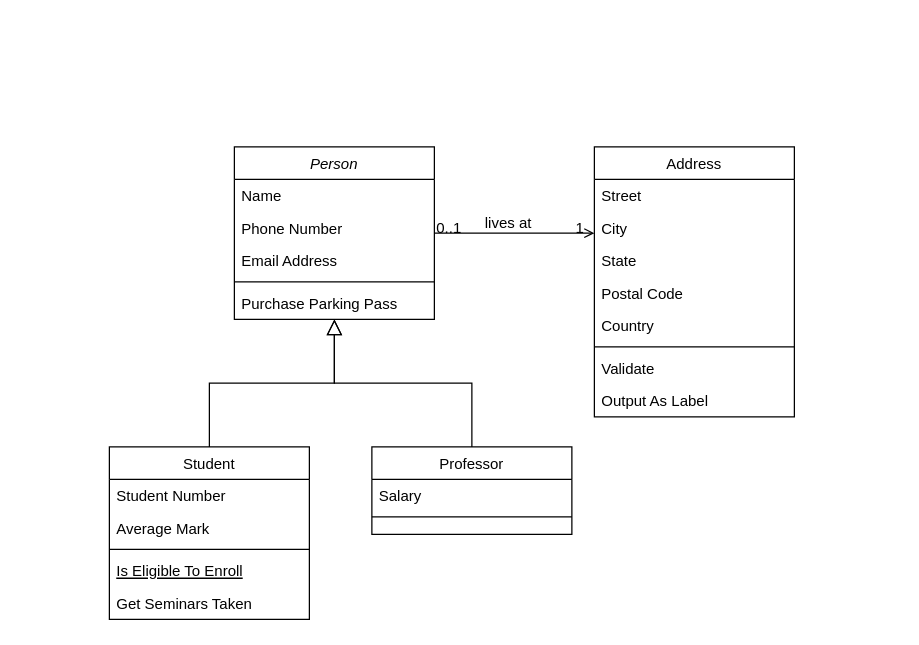
Inzhubest/Inzhu keeps this draw.io diagram as Untitled Diagram.drawio. Above is the earlier version. Source tidied: cells renumbered, new cells numbered last; positions are measured from the earlier drawing's top-left corner, leaving out a move shared by most shapes. Both pictures are drawn from the tidied source at 125%, with x=0, y=0 at pixel (109, 146).
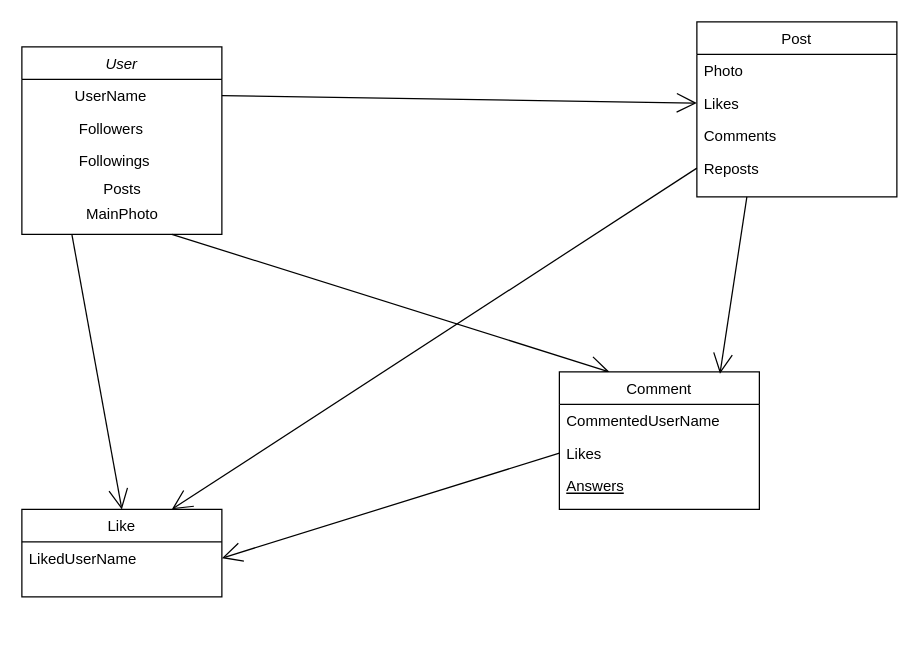
The same diagram, later.

Change to the diagram source:
```diff
@@
+    <mxCell id="32" style="edgeStyle=none;curved=1;rounded=0;jettySize=auto;html=1;exitX=0.75;exitY=1;exitDx=0;exitDy=0;entryX=0.25;entryY=0;entryDx=0;entryDy=0;endArrow=open;startSize=14;endSize=14;sourcePerimeterSpacing=8;targetPerimeterSpacing=8;" parent="1" edge="1" source="2" target="8">
+      <mxGeometry relative="1" as="geometry" />
+    </mxCell>
+    <mxCell id="33" style="edgeStyle=none;curved=1;rounded=0;jettySize=auto;html=1;exitX=0.25;exitY=1;exitDx=0;exitDy=0;entryX=0.5;entryY=0;entryDx=0;entryDy=0;endArrow=open;startSize=14;endSize=14;sourcePerimeterSpacing=8;targetPerimeterSpacing=8;" parent="1" edge="1" source="2" target="15">
+      <mxGeometry relative="1" as="geometry" />
+    </mxCell>
-    <mxCell id="2" value="Person" style="swimlane;fontStyle=2;align=center;verticalAlign=top;horizontal=1;startSize=26;rounded=0;shadow=0;strokeWidth=1;" parent="1" vertex="1">
-      <mxGeometry x="100" width="160" height="138" as="geometry" />
+    <mxCell id="2" value="User" style="swimlane;fontStyle=2;align=center;verticalAlign=top;horizontal=1;startSize=26;rounded=0;shadow=0;strokeWidth=1;" parent="1" vertex="1">
+      <mxGeometry x="-70" y="-80" width="160" height="150" as="geometry" />
     </mxCell>
-    <mxCell id="3" value="Name" style="text;align=left;verticalAlign=top;spacingLeft=4;spacingRight=4;overflow=hidden;points=[[0,0.5],[1,0.5]];portConstraint=eastwest;" parent="2" vertex="1">
+    <mxCell id="3" value="           UserName" style="text;align=left;verticalAlign=top;spacingLeft=4;spacingRight=4;overflow=hidden;points=[[0,0.5],[1,0.5]];portConstraint=eastwest;" parent="2" vertex="1">
       <mxGeometry y="26" width="160" height="26" as="geometry" />
     </mxCell>
-    <mxCell id="4" value="Phone Number" style="text;align=left;verticalAlign=top;spacingLeft=4;spacingRight=4;overflow=hidden;rounded=0;shadow=0;html=0;" parent="2" vertex="1">
+    <mxCell id="4" value="            Followers" style="text;align=left;verticalAlign=top;spacingLeft=4;spacingRight=4;overflow=hidden;rounded=0;shadow=0;html=0;" parent="2" vertex="1">
       <mxGeometry y="52" width="160" height="26" as="geometry" />
     </mxCell>
-    <mxCell id="5" value="Email Address" style="text;align=left;verticalAlign=top;spacingLeft=4;spacingRight=4;overflow=hidden;rounded=0;shadow=0;html=0;" parent="2" vertex="1">
+    <mxCell id="5" value="            Followings" style="text;align=left;verticalAlign=top;spacingLeft=4;spacingRight=4;overflow=hidden;rounded=0;shadow=0;html=0;" parent="2" vertex="1">
       <mxGeometry y="78" width="160" height="26" as="geometry" />
     </mxCell>
-    <mxCell id="6" style="line;html=1;strokeWidth=1;align=left;verticalAlign=middle;spacingTop=-1;spacingLeft=3;spacingRight=3;labelPosition=right;" parent="2" vertex="1">
-      <mxGeometry y="104" width="160" height="8" as="geometry" />
-    </mxCell>
-    <mxCell id="7" value="Purchase Parking Pass" style="text;align=left;verticalAlign=top;spacingLeft=4;spacingRight=4;overflow=hidden;" parent="2" vertex="1">
-      <mxGeometry y="112" width="160" height="26" as="geometry" />
-    </mxCell>
+    <mxCell id="34" value="Posts" style="text;html=1;align=center;verticalAlign=middle;strokeColor=none;fillColor=none;opacity=80;" parent="2" vertex="1">
+      <mxGeometry y="104" width="160" height="20" as="geometry" />
+    </mxCell>
+    <mxCell id="35" value="MainPhoto" style="text;html=1;align=center;verticalAlign=middle;strokeColor=none;fillColor=none;" parent="2" vertex="1">
+      <mxGeometry y="124" width="160" height="20" as="geometry" />
+    </mxCell>
-    <mxCell id="8" value="Student" style="swimlane;fontStyle=0;align=center;verticalAlign=top;horizontal=1;startSize=26;rounded=0;shadow=0;strokeWidth=1;" parent="1" vertex="1">
-      <mxGeometry y="240" width="160" height="138" as="geometry" />
+    <mxCell id="8" value="Comment" style="swimlane;fontStyle=0;align=center;verticalAlign=top;horizontal=1;startSize=26;rounded=0;shadow=0;strokeWidth=1;" parent="1" vertex="1">
+      <mxGeometry x="360" y="180" width="160" height="110" as="geometry" />
     </mxCell>
-    <mxCell id="9" value="Student Number" style="text;align=left;verticalAlign=top;spacingLeft=4;spacingRight=4;overflow=hidden;" parent="8" vertex="1">
+    <mxCell id="9" value="CommentedUserName" style="text;align=left;verticalAlign=top;spacingLeft=4;spacingRight=4;overflow=hidden;" parent="8" vertex="1">
       <mxGeometry y="26" width="160" height="26" as="geometry" />
     </mxCell>
-    <mxCell id="10" value="Average Mark" style="text;align=left;verticalAlign=top;spacingLeft=4;spacingRight=4;overflow=hidden;points=[[0,0.5],[1,0.5]];portConstraint=eastwest;rounded=0;shadow=0;html=0;" parent="8" vertex="1">
+    <mxCell id="10" value="Likes" style="text;align=left;verticalAlign=top;spacingLeft=4;spacingRight=4;overflow=hidden;points=[[0,0.5],[1,0.5]];portConstraint=eastwest;rounded=0;shadow=0;html=0;" parent="8" vertex="1">
       <mxGeometry y="52" width="160" height="26" as="geometry" />
     </mxCell>
-    <mxCell id="11" style="line;html=1;strokeWidth=1;align=left;verticalAlign=middle;spacingTop=-1;spacingLeft=3;spacingRight=3;labelPosition=right;" parent="8" vertex="1">
-      <mxGeometry y="78" width="160" height="8" as="geometry" />
-    </mxCell>
-    <mxCell id="12" value="Is Eligible To Enroll" style="text;align=left;verticalAlign=top;spacingLeft=4;spacingRight=4;overflow=hidden;fontStyle=4;" parent="8" vertex="1">
-      <mxGeometry y="86" width="160" height="26" as="geometry" />
+    <mxCell id="12" value="Answers" style="text;align=left;verticalAlign=top;spacingLeft=4;spacingRight=4;overflow=hidden;fontStyle=4;" parent="8" vertex="1">
+      <mxGeometry y="78" width="160" height="26" as="geometry" />
     </mxCell>
-    <mxCell id="13" value="Get Seminars Taken" style="text;align=left;verticalAlign=top;spacingLeft=4;spacingRight=4;overflow=hidden;" parent="8" vertex="1">
-      <mxGeometry y="112" width="160" height="26" as="geometry" />
-    </mxCell>
-    <mxCell id="14" style="endArrow=block;endSize=10;endFill=0;shadow=0;strokeWidth=1;rounded=0;edgeStyle=elbowEdgeStyle;elbow=vertical;" parent="1" edge="1" source="8" target="2">
-      <mxGeometry relative="1" as="geometry" />
-    </mxCell>
-    <mxCell id="15" value="Professor" style="swimlane;fontStyle=0;align=center;verticalAlign=top;horizontal=1;startSize=26;rounded=0;shadow=0;strokeWidth=1;" parent="1" vertex="1">
-      <mxGeometry x="210" y="240" width="160" height="70" as="geometry" />
+    <mxCell id="15" value="Like" style="swimlane;fontStyle=0;align=center;verticalAlign=top;horizontal=1;startSize=26;rounded=0;shadow=0;strokeWidth=1;" parent="1" vertex="1">
+      <mxGeometry x="-70" y="290" width="160" height="70" as="geometry" />
     </mxCell>
-    <mxCell id="16" value="Salary" style="text;align=left;verticalAlign=top;spacingLeft=4;spacingRight=4;overflow=hidden;points=[[0,0.5],[1,0.5]];portConstraint=eastwest;" parent="15" vertex="1">
+    <mxCell id="16" value="LikedUserName" style="text;align=left;verticalAlign=top;spacingLeft=4;spacingRight=4;overflow=hidden;points=[[0,0.5],[1,0.5]];portConstraint=eastwest;" parent="15" vertex="1">
       <mxGeometry y="26" width="160" height="26" as="geometry" />
     </mxCell>
-    <mxCell id="17" style="line;html=1;strokeWidth=1;align=left;verticalAlign=middle;spacingTop=-1;spacingLeft=3;spacingRight=3;labelPosition=right;" parent="15" vertex="1">
-      <mxGeometry y="52" width="160" height="8" as="geometry" />
-    </mxCell>
-    <mxCell id="18" style="endArrow=block;endSize=10;endFill=0;shadow=0;strokeWidth=1;rounded=0;edgeStyle=elbowEdgeStyle;elbow=vertical;" parent="1" edge="1" source="15" target="2">
-      <mxGeometry relative="1" as="geometry" />
-    </mxCell>
+    <mxCell id="36" style="edgeStyle=none;curved=1;rounded=0;jettySize=auto;html=1;exitX=0.25;exitY=1;exitDx=0;exitDy=0;entryX=0.803;entryY=0.013;entryDx=0;entryDy=0;entryPerimeter=0;endArrow=open;startSize=14;endSize=14;sourcePerimeterSpacing=8;targetPerimeterSpacing=8;" parent="1" edge="1" source="19" target="8">
+      <mxGeometry relative="1" as="geometry" />
+    </mxCell>
-    <mxCell id="19" value="Address" style="swimlane;fontStyle=0;align=center;verticalAlign=top;horizontal=1;startSize=26;rounded=0;shadow=0;strokeWidth=1;" parent="1" vertex="1">
-      <mxGeometry x="388" width="160" height="216" as="geometry" />
+    <mxCell id="19" value="Post" style="swimlane;fontStyle=0;align=center;verticalAlign=top;horizontal=1;startSize=26;rounded=0;shadow=0;strokeWidth=1;" parent="1" vertex="1">
+      <mxGeometry x="470" y="-100" width="160" height="140" as="geometry" />
     </mxCell>
-    <mxCell id="20" value="Street" style="text;align=left;verticalAlign=top;spacingLeft=4;spacingRight=4;overflow=hidden;" parent="19" vertex="1">
+    <mxCell id="20" value="Photo" style="text;align=left;verticalAlign=top;spacingLeft=4;spacingRight=4;overflow=hidden;" parent="19" vertex="1">
       <mxGeometry y="26" width="160" height="26" as="geometry" />
     </mxCell>
-    <mxCell id="21" value="City" style="text;align=left;verticalAlign=top;spacingLeft=4;spacingRight=4;overflow=hidden;points=[[0,0.5],[1,0.5]];portConstraint=eastwest;rounded=0;shadow=0;html=0;" parent="19" vertex="1">
+    <mxCell id="21" value="Likes" style="text;align=left;verticalAlign=top;spacingLeft=4;spacingRight=4;overflow=hidden;points=[[0,0.5],[1,0.5]];portConstraint=eastwest;rounded=0;shadow=0;html=0;" parent="19" vertex="1">
       <mxGeometry y="52" width="160" height="26" as="geometry" />
     </mxCell>
-    <mxCell id="22" value="State" style="text;align=left;verticalAlign=top;spacingLeft=4;spacingRight=4;overflow=hidden;rounded=0;shadow=0;html=0;" parent="19" vertex="1">
+    <mxCell id="22" value="Comments" style="text;align=left;verticalAlign=top;spacingLeft=4;spacingRight=4;overflow=hidden;rounded=0;shadow=0;html=0;" parent="19" vertex="1">
       <mxGeometry y="78" width="160" height="26" as="geometry" />
     </mxCell>
-    <mxCell id="23" value="Postal Code" style="text;align=left;verticalAlign=top;spacingLeft=4;spacingRight=4;overflow=hidden;points=[[0,0.5],[1,0.5]];portConstraint=eastwest;rounded=0;shadow=0;html=0;" parent="19" vertex="1">
+    <mxCell id="23" value="Reposts" style="text;align=left;verticalAlign=top;spacingLeft=4;spacingRight=4;overflow=hidden;points=[[0,0.5],[1,0.5]];portConstraint=eastwest;rounded=0;shadow=0;html=0;" parent="19" vertex="1">
       <mxGeometry y="104" width="160" height="26" as="geometry" />
     </mxCell>
-    <mxCell id="24" value="Country" style="text;align=left;verticalAlign=top;spacingLeft=4;spacingRight=4;overflow=hidden;rounded=0;shadow=0;html=0;" parent="19" vertex="1">
-      <mxGeometry y="130" width="160" height="26" as="geometry" />
-    </mxCell>
-    <mxCell id="25" style="line;html=1;strokeWidth=1;align=left;verticalAlign=middle;spacingTop=-1;spacingLeft=3;spacingRight=3;labelPosition=right;" parent="19" vertex="1">
-      <mxGeometry y="156" width="160" height="8" as="geometry" />
-    </mxCell>
-    <mxCell id="26" value="Validate" style="text;align=left;verticalAlign=top;spacingLeft=4;spacingRight=4;overflow=hidden;" parent="19" vertex="1">
-      <mxGeometry y="164" width="160" height="26" as="geometry" />
-    </mxCell>
-    <mxCell id="27" value="Output As Label" style="text;align=left;verticalAlign=top;spacingLeft=4;spacingRight=4;overflow=hidden;" parent="19" vertex="1">
-      <mxGeometry y="190" width="160" height="26" as="geometry" />
-    </mxCell>
-    <mxCell id="28" style="endArrow=open;shadow=0;strokeWidth=1;rounded=0;endFill=1;edgeStyle=elbowEdgeStyle;elbow=vertical;" parent="1" edge="1" source="2" target="19">
-      <mxGeometry x="0.5" y="41" relative="1" as="geometry">
-        <mxPoint x="-40" y="32" as="offset" />
-      </mxGeometry>
-    </mxCell>
-    <mxCell id="29" value="0..1" style="align=left;verticalAlign=bottom;labelBackgroundColor=none;fontSize=12;" parent="28" vertex="1">
-      <mxGeometry x="-1" relative="1" as="geometry">
-        <mxPoint y="4" as="offset" />
-      </mxGeometry>
-    </mxCell>
-    <mxCell id="30" value="1" style="align=right;verticalAlign=bottom;labelBackgroundColor=none;fontSize=12;" parent="28" vertex="1">
-      <mxGeometry x="1" relative="1" as="geometry">
-        <mxPoint x="-7" y="4" as="offset" />
-      </mxGeometry>
-    </mxCell>
-    <mxCell id="31" value="lives at" style="text;html=1;align=center;verticalAlign=middle;labelBackgroundColor=none;rounded=0;shadow=0;strokeWidth=1;fontSize=12;" parent="28" vertex="1">
-      <mxGeometry x="0.5" y="49" relative="1" as="geometry">
-        <mxPoint x="-38" y="40" as="offset" />
-      </mxGeometry>
-    </mxCell>
+    <mxCell id="37" style="edgeStyle=none;curved=1;rounded=0;jettySize=auto;html=1;exitX=0;exitY=0.5;exitDx=0;exitDy=0;entryX=1;entryY=0.5;entryDx=0;entryDy=0;endArrow=open;startSize=14;endSize=14;sourcePerimeterSpacing=8;targetPerimeterSpacing=8;" parent="1" edge="1" source="10" target="16">
+      <mxGeometry relative="1" as="geometry" />
+    </mxCell>
+    <mxCell id="38" style="edgeStyle=none;curved=1;rounded=0;jettySize=auto;html=1;exitX=1;exitY=0.5;exitDx=0;exitDy=0;entryX=0;entryY=0.5;entryDx=0;entryDy=0;endArrow=open;startSize=14;endSize=14;sourcePerimeterSpacing=8;targetPerimeterSpacing=8;" parent="1" edge="1" source="3" target="21">
+      <mxGeometry relative="1" as="geometry" />
+    </mxCell>
+    <mxCell id="39" style="edgeStyle=none;curved=1;rounded=0;jettySize=auto;html=1;exitX=0;exitY=0.5;exitDx=0;exitDy=0;entryX=0.75;entryY=0;entryDx=0;entryDy=0;endArrow=open;startSize=14;endSize=14;sourcePerimeterSpacing=8;targetPerimeterSpacing=8;" parent="1" edge="1" source="23" target="15">
+      <mxGeometry relative="1" as="geometry" />
+    </mxCell>
```
